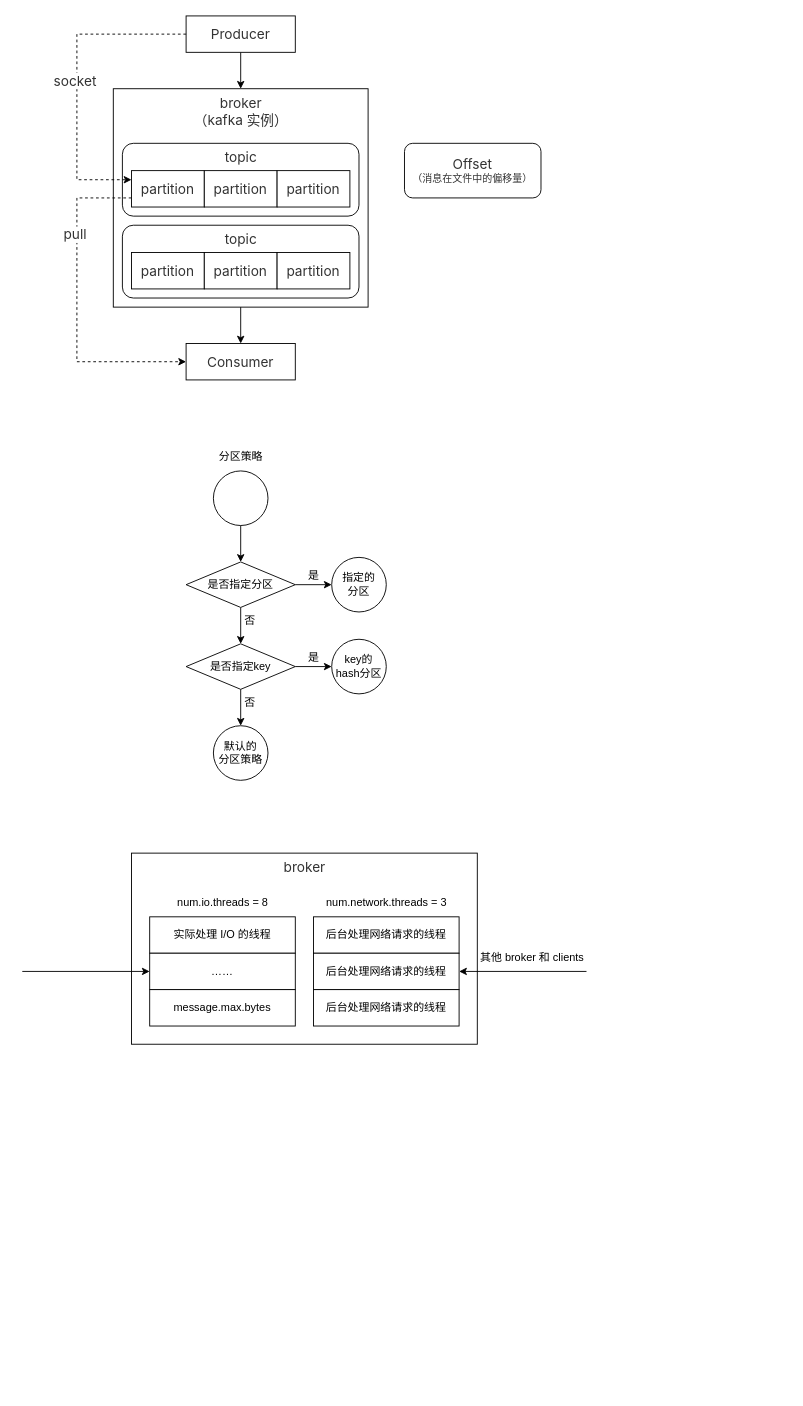
zero-97/picture-of-the-article keeps this draw.io diagram as kafka/kafka.drawio. Above is the earlier version. Source tidied: cells renumbered, new cells numbered last; positions are measured from the earlier drawing's top-left corner, leaving out a move shared by most shapes. Both pictures are drawn from the tidied source at 91%, with x=0, y=0 at pixel (22, 15).
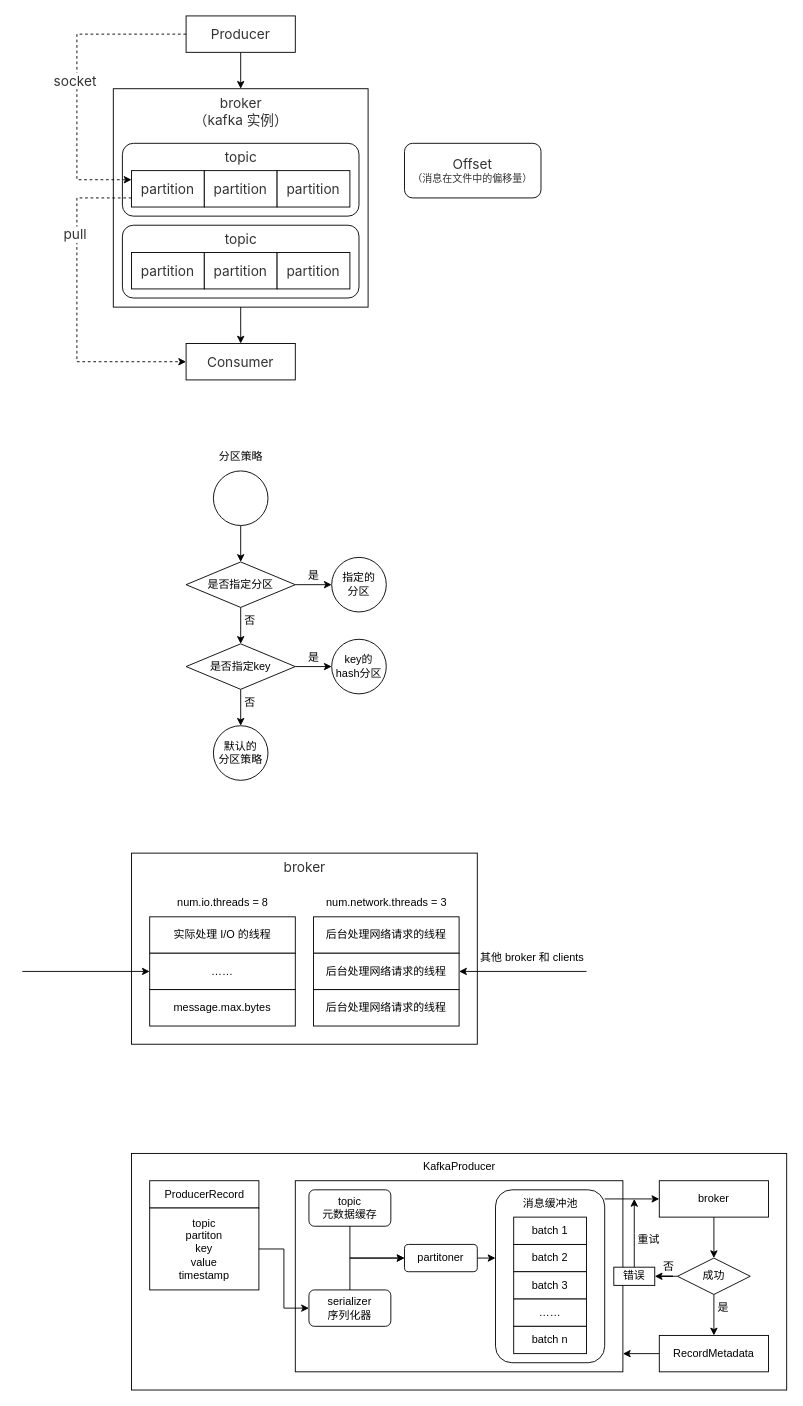
The same page after the edit.

Diff of the diagram source:
```diff
@@
+    <mxCell id="56" style="group;" parent="1" vertex="1">
+      <mxGeometry x="120" y="1250" width="720" height="260" as="geometry" />
+    </mxCell>
+    <mxCell id="57" style="rounded=0;whiteSpace=wrap;html=1;" parent="56" vertex="1">
+      <mxGeometry width="720" height="260" as="geometry" />
+    </mxCell>
+    <mxCell id="58" style="whiteSpace=wrap;html=1;" parent="56" vertex="1">
+      <mxGeometry x="20" y="30" width="120" height="30" as="geometry" />
+    </mxCell>
+    <mxCell id="59" value="KafkaProducer" style="text;html=1;align=center;verticalAlign=middle;strokeColor=none;fillColor=none;" parent="56" vertex="1">
+      <mxGeometry x="310" width="100" height="30" as="geometry" />
+    </mxCell>
+    <mxCell id="60" value="ProducerRecord" style="text;html=1;align=center;verticalAlign=middle;strokeColor=none;fillColor=none;" parent="56" vertex="1">
+      <mxGeometry x="25" y="30" width="110" height="30" as="geometry" />
+    </mxCell>
+    <mxCell id="61" value="topic&lt;br&gt;partiton&lt;br&gt;key&lt;br&gt;value&lt;br&gt;timestamp" style="rounded=0;whiteSpace=wrap;html=1;" parent="56" vertex="1">
+      <mxGeometry x="20" y="60" width="120" height="90" as="geometry" />
+    </mxCell>
+    <mxCell id="62" style="rounded=0;whiteSpace=wrap;html=1;" parent="56" vertex="1">
+      <mxGeometry x="180" y="30" width="360" height="210" as="geometry" />
+    </mxCell>
+    <mxCell id="63" value="topic &lt;br&gt;元数据缓存" style="rounded=1;whiteSpace=wrap;html=1;" parent="56" vertex="1">
+      <mxGeometry x="195" y="40" width="90" height="40" as="geometry" />
+    </mxCell>
+    <mxCell id="64" style="edgeStyle=orthogonalEdgeStyle;rounded=0;jettySize=auto;html=1;" parent="56" edge="1" source="65">
+      <mxGeometry relative="1" as="geometry">
+        <mxPoint x="400" y="115" as="targetPoint" />
+      </mxGeometry>
+    </mxCell>
+    <mxCell id="65" value="partitoner" style="rounded=1;whiteSpace=wrap;html=1;" parent="56" vertex="1">
+      <mxGeometry x="300" y="100" width="80" height="30" as="geometry" />
+    </mxCell>
+    <mxCell id="66" style="edgeStyle=orthogonalEdgeStyle;rounded=0;jettySize=auto;html=1;entryX=0;entryY=0.5;entryDx=0;entryDy=0;exitX=0.5;exitY=1;exitDx=0;exitDy=0;" parent="56" edge="1" source="63" target="65">
+      <mxGeometry relative="1" as="geometry" />
+    </mxCell>
+    <mxCell id="67" style="edgeStyle=orthogonalEdgeStyle;rounded=0;jettySize=auto;html=1;entryX=0;entryY=0.5;entryDx=0;entryDy=0;exitX=0.5;exitY=0;exitDx=0;exitDy=0;" parent="56" edge="1" source="68" target="65">
+      <mxGeometry relative="1" as="geometry" />
+    </mxCell>
+    <mxCell id="68" value="serializer&lt;br&gt;序列化器" style="rounded=1;whiteSpace=wrap;html=1;" parent="56" vertex="1">
+      <mxGeometry x="195" y="150" width="90" height="40" as="geometry" />
+    </mxCell>
+    <mxCell id="69" style="group;" parent="56" vertex="1">
+      <mxGeometry x="400" y="40" width="120" height="190" as="geometry" />
+    </mxCell>
+    <mxCell id="70" style="rounded=1;whiteSpace=wrap;html=1;" parent="69" vertex="1">
+      <mxGeometry width="120" height="190" as="geometry" />
+    </mxCell>
+    <mxCell id="71" value="消息缓冲池" style="text;html=1;align=center;verticalAlign=middle;strokeColor=none;fillColor=none;" parent="69" vertex="1">
+      <mxGeometry x="20" width="80" height="30" as="geometry" />
+    </mxCell>
+    <mxCell id="72" value="batch 2" style="rounded=0;whiteSpace=wrap;html=1;" parent="69" vertex="1">
+      <mxGeometry x="20" y="60" width="80" height="30" as="geometry" />
+    </mxCell>
+    <mxCell id="73" value="batch 1" style="rounded=0;whiteSpace=wrap;html=1;" parent="69" vertex="1">
+      <mxGeometry x="20" y="30" width="80" height="30" as="geometry" />
+    </mxCell>
+    <mxCell id="74" value="batch 3" style="rounded=0;whiteSpace=wrap;html=1;" parent="69" vertex="1">
+      <mxGeometry x="20" y="90" width="80" height="30" as="geometry" />
+    </mxCell>
+    <mxCell id="75" value="……" style="rounded=0;whiteSpace=wrap;html=1;" parent="69" vertex="1">
+      <mxGeometry x="20" y="120" width="80" height="30" as="geometry" />
+    </mxCell>
+    <mxCell id="76" value="batch n" style="rounded=0;whiteSpace=wrap;html=1;" parent="69" vertex="1">
+      <mxGeometry x="20" y="150" width="80" height="30" as="geometry" />
+    </mxCell>
+    <mxCell id="77" value="broker" style="rounded=0;whiteSpace=wrap;html=1;" parent="56" vertex="1">
+      <mxGeometry x="580" y="30" width="120" height="40" as="geometry" />
+    </mxCell>
+    <mxCell id="78" style="edgeStyle=orthogonalEdgeStyle;rounded=0;jettySize=auto;html=1;" parent="56" edge="1" source="61" target="68">
+      <mxGeometry relative="1" as="geometry" />
+    </mxCell>
+    <mxCell id="79" style="edgeStyle=orthogonalEdgeStyle;rounded=0;jettySize=auto;html=1;entryX=1;entryY=0.905;entryDx=0;entryDy=0;entryPerimeter=0;" parent="56" edge="1" source="80" target="62">
+      <mxGeometry relative="1" as="geometry" />
+    </mxCell>
+    <mxCell id="80" value="RecordMetadata" style="rounded=0;whiteSpace=wrap;html=1;" parent="56" vertex="1">
+      <mxGeometry x="580" y="200" width="120" height="40" as="geometry" />
+    </mxCell>
+    <mxCell id="81" style="edgeStyle=orthogonalEdgeStyle;rounded=0;jettySize=auto;html=1;entryX=0.5;entryY=0;entryDx=0;entryDy=0;" parent="56" edge="1" source="82" target="80">
+      <mxGeometry relative="1" as="geometry" />
+    </mxCell>
+    <mxCell id="82" value="成功" style="rhombus;whiteSpace=wrap;html=1;" parent="56" vertex="1">
+      <mxGeometry x="600" y="115" width="80" height="40" as="geometry" />
+    </mxCell>
+    <mxCell id="83" style="edgeStyle=orthogonalEdgeStyle;rounded=0;jettySize=auto;html=1;entryX=0.5;entryY=0;entryDx=0;entryDy=0;" parent="56" edge="1" source="77" target="82">
+      <mxGeometry relative="1" as="geometry" />
+    </mxCell>
+    <mxCell id="84" value="是" style="text;html=1;align=center;verticalAlign=middle;strokeColor=none;fillColor=none;" parent="56" vertex="1">
+      <mxGeometry x="630" y="155" width="40" height="30" as="geometry" />
+    </mxCell>
+    <mxCell id="85" style="edgeStyle=orthogonalEdgeStyle;rounded=0;jettySize=auto;html=1;" parent="56" edge="1" source="86">
+      <mxGeometry relative="1" as="geometry">
+        <mxPoint x="552.5" y="50" as="targetPoint" />
+      </mxGeometry>
+    </mxCell>
+    <mxCell id="86" value="错误" style="rounded=0;whiteSpace=wrap;html=1;" parent="56" vertex="1">
+      <mxGeometry x="530" y="125" width="45" height="20" as="geometry" />
+    </mxCell>
+    <mxCell id="87" value="否" style="text;html=1;align=center;verticalAlign=middle;strokeColor=none;fillColor=none;" parent="56" vertex="1">
+      <mxGeometry x="570" y="110" width="40" height="30" as="geometry" />
+    </mxCell>
+    <mxCell id="88" style="edgeStyle=orthogonalEdgeStyle;rounded=0;jettySize=auto;html=1;" parent="56" edge="1" source="82" target="86">
+      <mxGeometry relative="1" as="geometry" />
+    </mxCell>
+    <mxCell id="89" style="edgeStyle=orthogonalEdgeStyle;rounded=0;jettySize=auto;html=1;entryX=0;entryY=0.5;entryDx=0;entryDy=0;" parent="56" edge="1" source="70" target="77">
+      <mxGeometry relative="1" as="geometry">
+        <Array as="points">
+          <mxPoint x="540" y="50" />
+          <mxPoint x="540" y="50" />
+        </Array>
+      </mxGeometry>
+    </mxCell>
+    <mxCell id="90" value="重试" style="text;html=1;align=center;verticalAlign=middle;strokeColor=none;fillColor=none;" parent="56" vertex="1">
+      <mxGeometry x="543" y="80" width="50" height="30" as="geometry" />
+    </mxCell>
```
